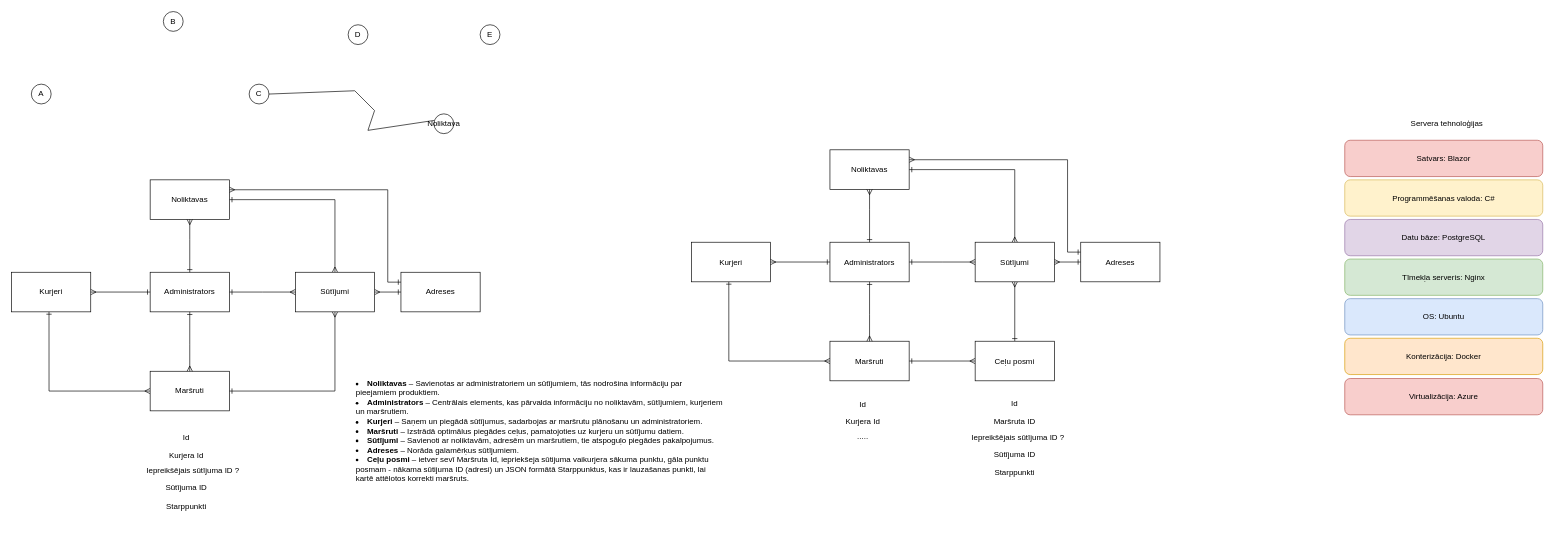
danielsculka/projektesanas-laboratorija keeps this draw.io diagram as Copy of ProLabKonceptuModelis.drawio. Above is the earlier version. Source tidied: cells renumbered, new cells numbered last; positions are measured from the earlier drawing's top-left corner, leaving out a move shared by most shapes. Both pictures are drawn from the tidied source at 66%, with x=0, y=0 at pixel (11, 11).
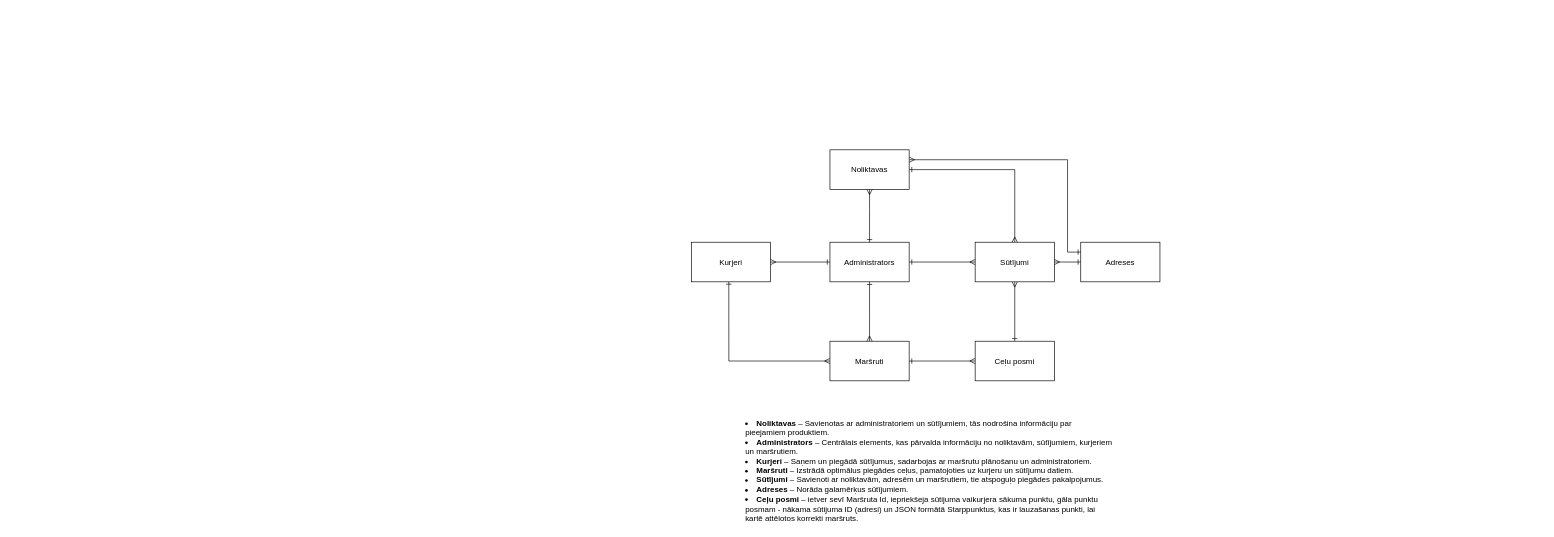
The same page after the edit.

The edit, as a diff of the source:
```diff
@@
-    <mxCell id="2" style="edgeStyle=orthogonalEdgeStyle;rounded=0;jettySize=auto;html=1;entryX=0.5;entryY=0;entryDx=0;entryDy=0;endArrow=ERmany;endFill=0;startArrow=ERone;startFill=0;" parent="1" edge="1" source="4" target="7">
-      <mxGeometry relative="1" as="geometry" />
-    </mxCell>
-    <mxCell id="3" style="edgeStyle=orthogonalEdgeStyle;rounded=0;jettySize=auto;html=1;exitX=1;exitY=0.25;exitDx=0;exitDy=0;entryX=0;entryY=0.25;entryDx=0;entryDy=0;startArrow=ERmany;startFill=0;endArrow=ERone;endFill=0;" parent="1" edge="1" source="4" target="36">
-      <mxGeometry relative="1" as="geometry">
-        <Array as="points">
-          <mxPoint x="570" y="270" />
-          <mxPoint x="570" y="410" />
-        </Array>
-      </mxGeometry>
-    </mxCell>
-    <mxCell id="4" value="Noliktavas" style="rounded=0;whiteSpace=wrap;html=1;" parent="1" vertex="1">
-      <mxGeometry x="210" y="255" width="120" height="60" as="geometry" />
-    </mxCell>
-    <mxCell id="5" style="edgeStyle=orthogonalEdgeStyle;rounded=0;jettySize=auto;html=1;entryX=1;entryY=0.5;entryDx=0;entryDy=0;startArrow=ERmany;startFill=0;endArrow=ERone;endFill=0;exitX=0.5;exitY=1;exitDx=0;exitDy=0;" parent="1" edge="1" source="7" target="10">
-      <mxGeometry relative="1" as="geometry">
-        <Array as="points">
-          <mxPoint x="490" y="575" />
-        </Array>
-      </mxGeometry>
-    </mxCell>
-    <mxCell id="6" style="edgeStyle=orthogonalEdgeStyle;rounded=0;jettySize=auto;html=1;exitX=1;exitY=0.5;exitDx=0;exitDy=0;entryX=0;entryY=0.5;entryDx=0;entryDy=0;endArrow=ERone;endFill=0;startArrow=ERmany;startFill=0;" parent="1" edge="1" source="7" target="36">
-      <mxGeometry relative="1" as="geometry" />
-    </mxCell>
-    <mxCell id="7" value="Sūtījumi" style="rounded=0;whiteSpace=wrap;html=1;" parent="1" vertex="1">
-      <mxGeometry x="430" y="395" width="120" height="60" as="geometry" />
-    </mxCell>
-    <mxCell id="8" style="edgeStyle=orthogonalEdgeStyle;rounded=0;jettySize=auto;html=1;exitX=0.473;exitY=0.993;exitDx=0;exitDy=0;entryX=0;entryY=0.5;entryDx=0;entryDy=0;exitPerimeter=0;startArrow=ERone;startFill=0;endArrow=ERmany;endFill=0;" parent="1" edge="1" source="9" target="10">
-      <mxGeometry relative="1" as="geometry">
-        <Array as="points">
-          <mxPoint x="57" y="575" />
-        </Array>
-      </mxGeometry>
-    </mxCell>
-    <mxCell id="9" value="Kurjeri" style="rounded=0;whiteSpace=wrap;html=1;" parent="1" vertex="1">
-      <mxGeometry y="395" width="120" height="60" as="geometry" />
-    </mxCell>
-    <mxCell id="10" value="Maršruti" style="rounded=0;whiteSpace=wrap;html=1;" parent="1" vertex="1">
-      <mxGeometry x="210" y="545" width="120" height="60" as="geometry" />
-    </mxCell>
-    <mxCell id="11" style="edgeStyle=orthogonalEdgeStyle;rounded=0;jettySize=auto;html=1;entryX=0;entryY=0.5;entryDx=0;entryDy=0;endArrow=ERmany;endFill=0;startArrow=ERone;startFill=0;exitX=1;exitY=0.5;exitDx=0;exitDy=0;" parent="1" edge="1" source="12" target="7">
-      <mxGeometry relative="1" as="geometry">
-        <Array as="points">
-          <mxPoint x="380" y="425" />
-          <mxPoint x="380" y="425" />
-        </Array>
-      </mxGeometry>
-    </mxCell>
-    <mxCell id="12" value="Administrators" style="rounded=0;whiteSpace=wrap;html=1;" parent="1" vertex="1">
-      <mxGeometry x="210" y="395" width="120" height="60" as="geometry" />
-    </mxCell>
-    <mxCell id="13" style="edgeStyle=orthogonalEdgeStyle;rounded=0;jettySize=auto;html=1;entryX=0.5;entryY=0;entryDx=0;entryDy=0;endArrow=ERmany;endFill=0;startArrow=ERone;startFill=0;" parent="1" edge="1" source="12" target="10">
-      <mxGeometry relative="1" as="geometry">
-        <Array as="points">
-          <mxPoint x="270" y="505" />
-          <mxPoint x="270" y="505" />
-        </Array>
-      </mxGeometry>
-    </mxCell>
-    <mxCell id="14" style="edgeStyle=orthogonalEdgeStyle;rounded=0;jettySize=auto;html=1;entryX=0;entryY=0.5;entryDx=0;entryDy=0;endArrow=ERone;endFill=0;startArrow=ERmany;startFill=0;" parent="1" edge="1" source="9" target="12">
-      <mxGeometry relative="1" as="geometry" />
-    </mxCell>
-    <mxCell id="15" style="edgeStyle=orthogonalEdgeStyle;rounded=0;jettySize=auto;html=1;endArrow=ERmany;endFill=0;startArrow=ERone;startFill=0;entryX=0.5;entryY=1;entryDx=0;entryDy=0;" parent="1" edge="1" source="12" target="4">
-      <mxGeometry relative="1" as="geometry">
-        <Array as="points">
-          <mxPoint x="270" y="345" />
-          <mxPoint x="270" y="345" />
-        </Array>
-      </mxGeometry>
-    </mxCell>
-    <mxCell id="16" value="B" style="ellipse;whiteSpace=wrap;html=1;" parent="1" vertex="1">
-      <mxGeometry x="230" width="30" height="30" as="geometry" />
-    </mxCell>
-    <mxCell id="17" value="A" style="ellipse;whiteSpace=wrap;html=1;" parent="1" vertex="1">
-      <mxGeometry x="30" y="110" width="30" height="30" as="geometry" />
-    </mxCell>
-    <mxCell id="18" value="C" style="ellipse;whiteSpace=wrap;html=1;" parent="1" vertex="1">
-      <mxGeometry x="360" y="110" width="30" height="30" as="geometry" />
-    </mxCell>
-    <mxCell id="19" value="D" style="ellipse;whiteSpace=wrap;html=1;" parent="1" vertex="1">
-      <mxGeometry x="510" y="20" width="30" height="30" as="geometry" />
-    </mxCell>
-    <mxCell id="20" value="E" style="ellipse;whiteSpace=wrap;html=1;" parent="1" vertex="1">
-      <mxGeometry x="710" y="20" width="30" height="30" as="geometry" />
-    </mxCell>
-    <mxCell id="21" value="Noliktava" style="ellipse;whiteSpace=wrap;html=1;" parent="1" vertex="1">
-      <mxGeometry x="640" y="155" width="30" height="30" as="geometry" />
-    </mxCell>
-    <mxCell id="22" value="OS: Ubuntu" style="rounded=1;whiteSpace=wrap;html=1;fillColor=#dae8fc;strokeColor=#6c8ebf;" parent="1" vertex="1">
-      <mxGeometry x="2020" y="435" width="300" height="55" as="geometry" />
-    </mxCell>
-    <mxCell id="23" value="Datu bāze: PostgreSQL" style="rounded=1;whiteSpace=wrap;html=1;fillColor=#e1d5e7;strokeColor=#9673a6;" parent="1" vertex="1">
-      <mxGeometry x="2020" y="315" width="300" height="55" as="geometry" />
-    </mxCell>
-    <mxCell id="24" value="Tīmekļa serveris: Nginx" style="rounded=1;whiteSpace=wrap;html=1;fillColor=#d5e8d4;strokeColor=#82b366;" parent="1" vertex="1">
-      <mxGeometry x="2020" y="375" width="300" height="55" as="geometry" />
-    </mxCell>
-    <mxCell id="25" value="Konterizācija: Docker" style="rounded=1;whiteSpace=wrap;html=1;fillColor=#ffe6cc;strokeColor=#d79b00;" parent="1" vertex="1">
-      <mxGeometry x="2020" y="495" width="300" height="55" as="geometry" />
-    </mxCell>
-    <mxCell id="26" value="Programmēšanas valoda: C#" style="rounded=1;whiteSpace=wrap;html=1;fillColor=#fff2cc;strokeColor=#d6b656;" parent="1" vertex="1">
-      <mxGeometry x="2020" y="255" width="300" height="55" as="geometry" />
-    </mxCell>
-    <mxCell id="27" value="Satvars: Blazor" style="rounded=1;whiteSpace=wrap;html=1;fillColor=#f8cecc;strokeColor=#b85450;" parent="1" vertex="1">
-      <mxGeometry x="2020" y="195" width="300" height="55" as="geometry" />
-    </mxCell>
-    <mxCell id="28" value="Virtualizācija: Azure" style="rounded=1;whiteSpace=wrap;html=1;fillColor=#f8cecc;strokeColor=#b85450;" parent="1" vertex="1">
-      <mxGeometry x="2020" y="556" width="300" height="55" as="geometry" />
-    </mxCell>
-    <mxCell id="29" value="Servera tehnoloģijas" style="text;html=1;align=center;verticalAlign=middle;whiteSpace=wrap;rounded=0;" parent="1" vertex="1">
-      <mxGeometry x="2080" y="155" width="190" height="30" as="geometry" />
-    </mxCell>
-    <mxCell id="30" style="endArrow=none;html=1;rounded=0;entryX=1;entryY=0.5;entryDx=0;entryDy=0;" parent="1" edge="1" target="18">
-      <mxGeometry relative="1" as="geometry">
-        <mxPoint x="520" y="120" as="sourcePoint" />
-      </mxGeometry>
-    </mxCell>
-    <mxCell id="31" style="endArrow=none;html=1;rounded=0;" parent="1" edge="1">
-      <mxGeometry relative="1" as="geometry">
-        <mxPoint x="520" y="120" as="sourcePoint" />
-        <mxPoint x="550" y="150" as="targetPoint" />
-      </mxGeometry>
-    </mxCell>
-    <mxCell id="32" style="endArrow=none;html=1;rounded=0;" parent="1" edge="1">
-      <mxGeometry relative="1" as="geometry">
-        <mxPoint x="550" y="150" as="sourcePoint" />
-        <mxPoint x="540" y="180" as="targetPoint" />
-      </mxGeometry>
-    </mxCell>
-    <mxCell id="33" style="endArrow=none;html=1;rounded=0;entryX=0;entryY=0.333;entryDx=0;entryDy=0;entryPerimeter=0;" parent="1" edge="1" target="21">
-      <mxGeometry relative="1" as="geometry">
-        <mxPoint x="540" y="180" as="sourcePoint" />
-      </mxGeometry>
-    </mxCell>
-    <mxCell id="34" value="Id" style="text;html=1;align=center;verticalAlign=middle;whiteSpace=wrap;rounded=0;" parent="1" vertex="1">
-      <mxGeometry x="200" y="635" width="130" height="22.5" as="geometry" />
-    </mxCell>
-    <mxCell id="35" value="Kurjera Id" style="text;html=1;align=center;verticalAlign=middle;whiteSpace=wrap;rounded=0;" parent="1" vertex="1">
-      <mxGeometry x="200" y="661.5" width="130" height="22.5" as="geometry" />
-    </mxCell>
-    <mxCell id="36" value="Adreses" style="rounded=0;whiteSpace=wrap;html=1;" parent="1" vertex="1">
-      <mxGeometry x="590" y="395" width="120" height="60" as="geometry" />
-    </mxCell>
-    <mxCell id="37" value="Sūtījuma ID" style="text;html=1;align=center;verticalAlign=middle;whiteSpace=wrap;rounded=0;" parent="1" vertex="1">
-      <mxGeometry x="200" y="710" width="130" height="22.5" as="geometry" />
-    </mxCell>
-    <mxCell id="38" value="Starppunkti" style="text;html=1;align=center;verticalAlign=middle;whiteSpace=wrap;rounded=0;" parent="1" vertex="1">
-      <mxGeometry x="200" y="738.5" width="130" height="22.5" as="geometry" />
-    </mxCell>
-    <mxCell id="39" value="Iepreikšējais sūtījuma ID ?" style="text;html=1;align=center;verticalAlign=middle;whiteSpace=wrap;rounded=0;" parent="1" vertex="1">
-      <mxGeometry x="190" y="685" width="170" height="22.5" as="geometry" />
-    </mxCell>
@@
-    <mxCell id="55" value="Id" style="text;html=1;align=center;verticalAlign=middle;whiteSpace=wrap;rounded=0;" parent="1" vertex="1">
-      <mxGeometry x="1225" y="584" width="130" height="22.5" as="geometry" />
-    </mxCell>
-    <mxCell id="56" value="Kurjera Id" style="text;html=1;align=center;verticalAlign=middle;whiteSpace=wrap;rounded=0;" parent="1" vertex="1">
-      <mxGeometry x="1225" y="610.5" width="130" height="22.5" as="geometry" />
-    </mxCell>
@@
-    <mxCell id="58" value="Sūtījuma ID" style="text;html=1;align=center;verticalAlign=middle;whiteSpace=wrap;rounded=0;" parent="1" vertex="1">
-      <mxGeometry x="1455" y="659.5" width="130" height="22.5" as="geometry" />
-    </mxCell>
-    <mxCell id="59" value="Starppunkti" style="text;html=1;align=center;verticalAlign=middle;whiteSpace=wrap;rounded=0;" parent="1" vertex="1">
-      <mxGeometry x="1455" y="688" width="130" height="22.5" as="geometry" />
-    </mxCell>
-    <mxCell id="60" value="Iepreikšējais sūtījuma ID ?" style="text;html=1;align=center;verticalAlign=middle;whiteSpace=wrap;rounded=0;" parent="1" vertex="1">
-      <mxGeometry x="1440" y="635" width="170" height="22.5" as="geometry" />
-    </mxCell>
@@
-    <mxCell id="62" value="Id" style="text;html=1;align=center;verticalAlign=middle;whiteSpace=wrap;rounded=0;" parent="1" vertex="1">
-      <mxGeometry x="1455" y="582.5" width="130" height="22.5" as="geometry" />
-    </mxCell>
-    <mxCell id="63" value="Maršruta ID" style="text;html=1;align=center;verticalAlign=middle;whiteSpace=wrap;rounded=0;" parent="1" vertex="1">
-      <mxGeometry x="1435" y="610.5" width="170" height="22.5" as="geometry" />
-    </mxCell>
-    <mxCell id="64" value="....." style="text;html=1;align=center;verticalAlign=middle;whiteSpace=wrap;rounded=0;" parent="1" vertex="1">
-      <mxGeometry x="1205" y="633" width="170" height="22.5" as="geometry" />
-    </mxCell>
     <mxCell id="65" value="&lt;li&gt;&lt;strong&gt;Noliktavas&lt;/strong&gt; – Savienotas ar administratoriem un sūtījumiem, tās nodrošina informāciju par pieejamiem produktiem.&lt;/li&gt;&lt;li&gt;&lt;strong&gt;Administrators&lt;/strong&gt; – Centrālais elements, kas pārvalda informāciju no noliktavām, sūtījumiem, kurjeriem un maršrutiem.&lt;/li&gt;&lt;li&gt;&lt;strong&gt;Kurjeri&lt;/strong&gt; – Saņem un piegādā sūtījumus, sadarbojas ar maršrutu plānošanu un administratoriem.&lt;/li&gt;&lt;li&gt;&lt;strong&gt;Maršruti&lt;/strong&gt; – Izstrādā optimālus piegādes ceļus, pamatojoties uz kurjeru un sūtījumu datiem.&lt;/li&gt;&lt;li&gt;&lt;strong&gt;Sūtījumi&lt;/strong&gt; – Savienoti ar noliktavām, adresēm un maršrutiem, tie atspoguļo piegādes pakalpojumus.&lt;/li&gt;&lt;li&gt;&lt;strong&gt;Adreses&lt;/strong&gt; – Norāda galamērķus sūtījumiem.&lt;/li&gt;&lt;li&gt;&lt;b&gt;Ceļu posmi&lt;/b&gt; – ietver sevī Maršruta Id, iepriekšeja sūtijuma vaikurjera sākuma punktu, gāla punktu posmam - nākama sūtijuma ID (adresi) un JSON formātā Starppunktus, kas ir lauzašanas punkti, lai kartē attēlotos korrekti maršruts.&lt;/li&gt;" style="text;whiteSpace=wrap;html=1;" parent="1" vertex="1">
-      <mxGeometry x="520" y="550" width="560" height="170" as="geometry" />
+      <mxGeometry x="1110" y="609.5" width="560" height="170" as="geometry" />
     </mxCell>
```
